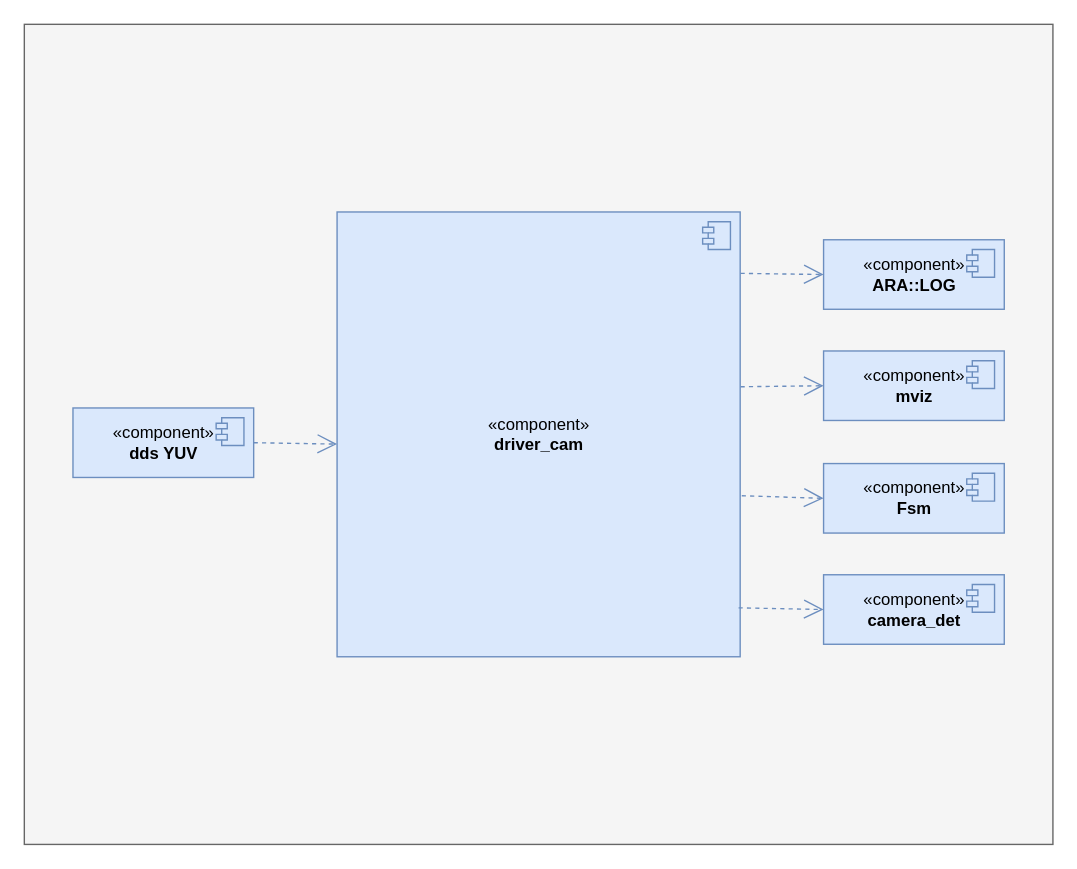
Earlier version of the draw.io diagram driver_cam模块依赖关系.drawio (xiaoleli/diagrams). Source tidied: cells renumbered, new cells numbered last; positions are measured from the earlier drawing's top-left corner, leaving out a move shared by most shapes. Both pictures are drawn from the tidied source at 139%, with x=0, y=0 at pixel (24, 24).
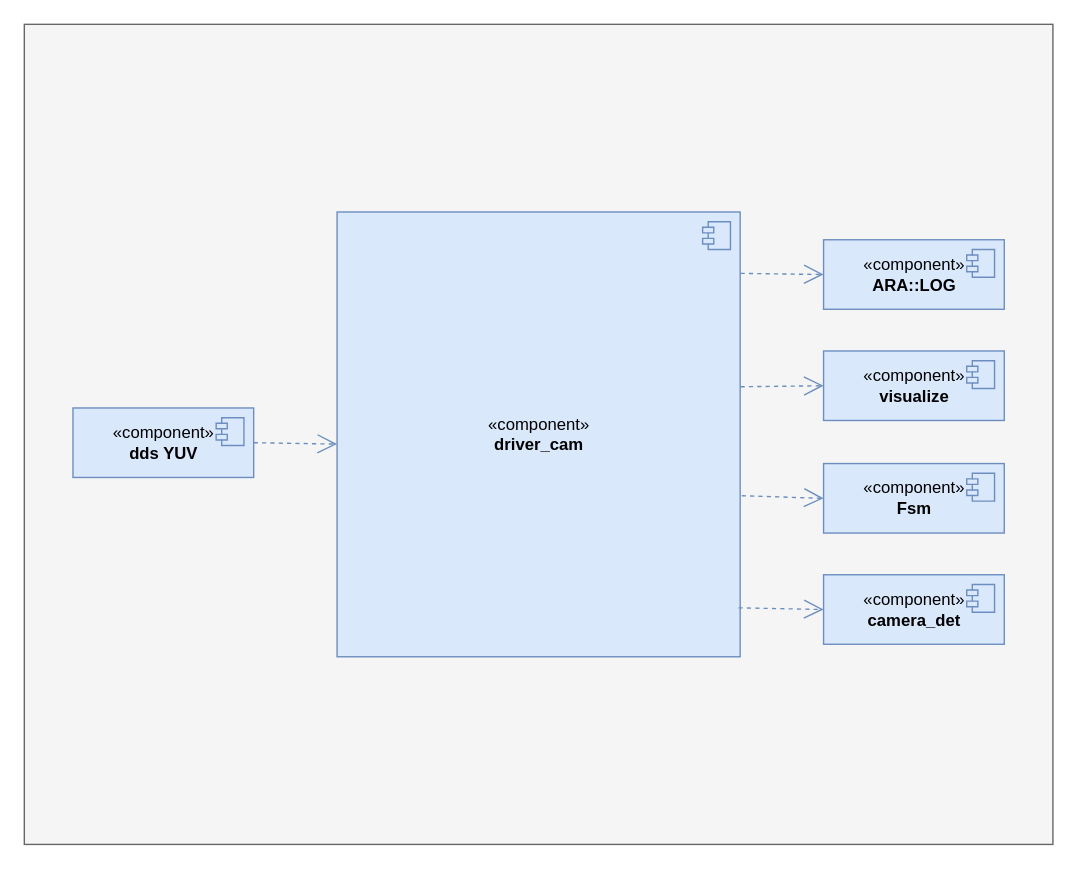
The same page after the edit.

Commit message:
更新driver_cam模块依赖关系.drawio

What changed in the source:
```diff
@@
-    <mxCell id="17" value="«c&lt;span&gt;omponent&lt;/span&gt;»&lt;br&gt;&lt;b&gt;mviz&lt;/b&gt;" style="html=1;fontStyle=0;fillColor=#dae8fc;strokeColor=#6c8ebf;align=center;" parent="1" vertex="1">
+    <mxCell id="17" value="«c&lt;span&gt;omponent&lt;/span&gt;»&lt;br&gt;&lt;b&gt;visualize&lt;/b&gt;" style="html=1;fontStyle=0;fillColor=#dae8fc;strokeColor=#6c8ebf;align=center;" parent="1" vertex="1">
       <mxGeometry x="575" y="235" width="130" height="50" as="geometry" />
     </mxCell>
```
